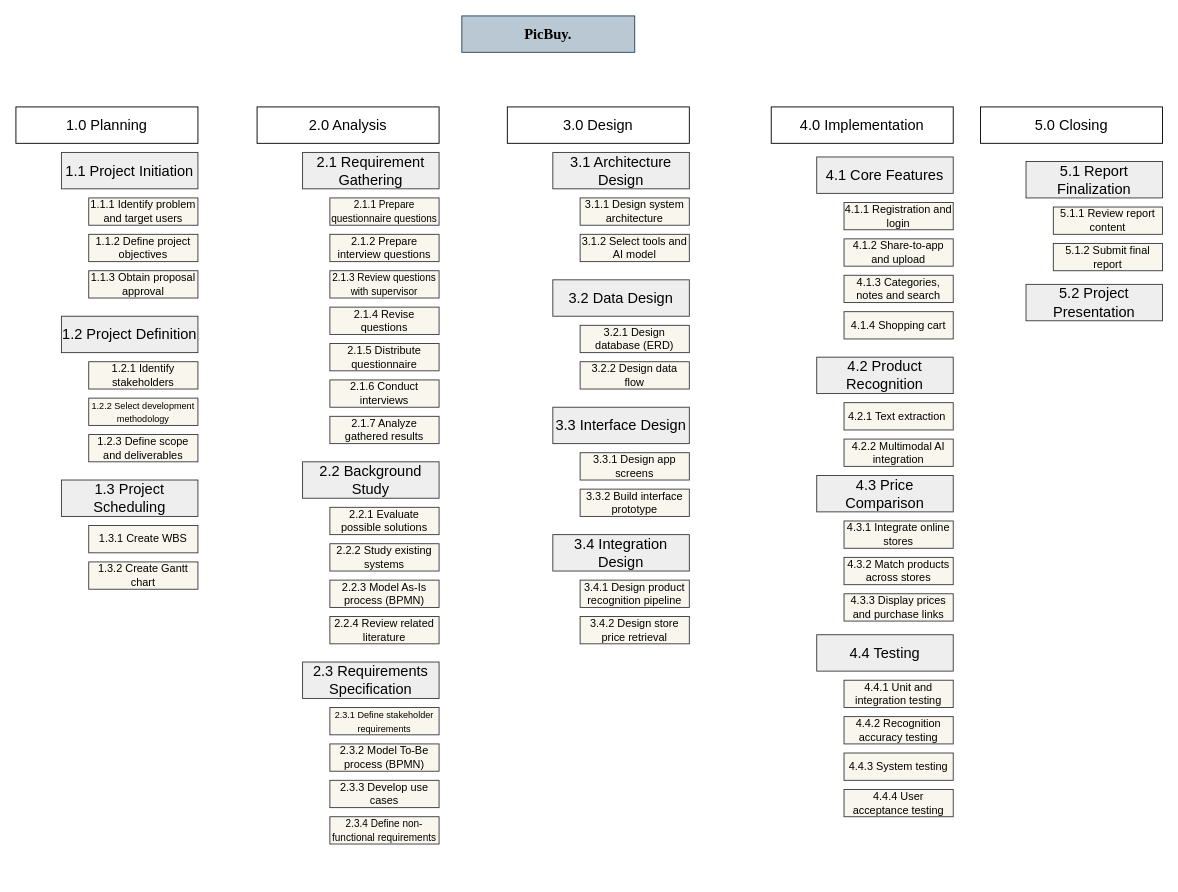
Above: GP1-Models.drawio in Ameerarmh/PicBuy (draw.io), before the change. Source tidied: cells renumbered, new cells numbered last; positions are measured from the earlier drawing's top-left corner, leaving out a move shared by most shapes. Both pictures are drawn from the tidied source at 91%, with x=0, y=0 at pixel (15, 15).
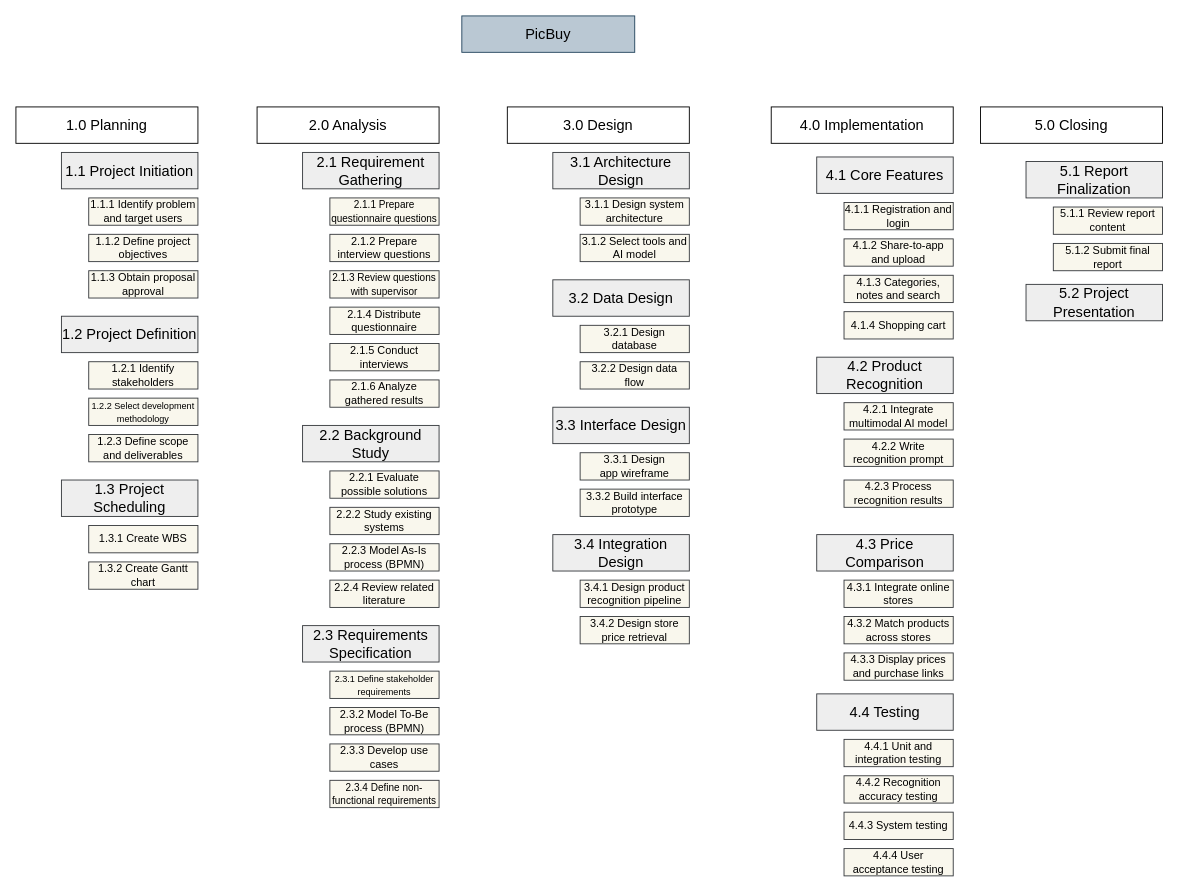
The same page after the edit.

The edit, as a diff of the source:
```diff
@@
-    <mxCell id="3" value="&lt;span style=&quot;font-size: medium; text-align: start;&quot;&gt;&lt;b&gt;&lt;font face=&quot;Times New Roman&quot;&gt;PicBuy.&lt;/font&gt;&lt;/b&gt;&lt;/span&gt;" style="rounded=0;whiteSpace=wrap;html=1;fillColor=#bac8d3;strokeColor=#23445d;" parent="1" vertex="1">
+    <mxCell id="3" value="&lt;span style=&quot;font-size: medium; text-align: start;&quot;&gt;&lt;font face=&quot;Helvetica&quot;&gt;PicBuy&lt;/font&gt;&lt;/span&gt;" style="rounded=0;whiteSpace=wrap;html=1;fillColor=#bac8d3;strokeColor=#23445d;" parent="1" vertex="1">
       <mxGeometry x="490" width="190" height="40" as="geometry" />
     </mxCell>
@@
     <mxCell id="19" value="&lt;span style=&quot;font-size: medium; text-align: start;&quot;&gt;2.2 Background Study&lt;/span&gt;" style="rounded=0;whiteSpace=wrap;html=1;fillColor=#eeeeee;strokeColor=#36393d;" parent="1" vertex="1">
-      <mxGeometry x="315" y="490" width="150" height="40" as="geometry" />
+      <mxGeometry x="315" y="450" width="150" height="40" as="geometry" />
     </mxCell>
     <mxCell id="20" value="&lt;span style=&quot;font-size: medium; text-align: start;&quot;&gt;2.3 Requirements Specification&lt;/span&gt;" style="rounded=0;whiteSpace=wrap;html=1;fillColor=#eeeeee;strokeColor=#36393d;" parent="1" vertex="1">
-      <mxGeometry x="315" y="710" width="150" height="40" as="geometry" />
+      <mxGeometry x="315" y="670" width="150" height="40" as="geometry" />
     </mxCell>
@@
-    <mxCell id="22" value="&lt;span style=&quot;text-align: start;&quot;&gt;&lt;font&gt;2.1.7 Analyze gathered results&lt;/font&gt;&lt;/span&gt;" style="rounded=0;whiteSpace=wrap;html=1;fillColor=#f9f7ed;strokeColor=#36393d;" parent="1" vertex="1">
-      <mxGeometry x="345" y="440" width="120" height="30" as="geometry" />
+    <mxCell id="22" value="&lt;span style=&quot;text-align: start;&quot;&gt;&lt;font&gt;2.1.6 Analyze gathered results&lt;/font&gt;&lt;/span&gt;" style="rounded=0;whiteSpace=wrap;html=1;fillColor=#f9f7ed;strokeColor=#36393d;" parent="1" vertex="1">
+      <mxGeometry x="345" y="400" width="120" height="30" as="geometry" />
     </mxCell>
-    <mxCell id="23" value="&lt;span style=&quot;text-align: start;&quot;&gt;&lt;font&gt;2.1.6 Conduct interviews&lt;/font&gt;&lt;/span&gt;" style="rounded=0;whiteSpace=wrap;html=1;fillColor=#f9f7ed;strokeColor=#36393d;" parent="1" vertex="1">
-      <mxGeometry x="345" y="400" width="120" height="30" as="geometry" />
+    <mxCell id="23" value="&lt;span style=&quot;text-align: start;&quot;&gt;&lt;font&gt;2.1.5 Conduct interviews&lt;/font&gt;&lt;/span&gt;" style="rounded=0;whiteSpace=wrap;html=1;fillColor=#f9f7ed;strokeColor=#36393d;" parent="1" vertex="1">
+      <mxGeometry x="345" y="360" width="120" height="30" as="geometry" />
     </mxCell>
-    <mxCell id="24" value="&lt;span style=&quot;text-align: start;&quot;&gt;&lt;font&gt;2.1.5 Distribute questionnaire&lt;/font&gt;&lt;/span&gt;" style="rounded=0;whiteSpace=wrap;html=1;fillColor=#f9f7ed;strokeColor=#36393d;" parent="1" vertex="1">
-      <mxGeometry x="345" y="360" width="120" height="30" as="geometry" />
+    <mxCell id="24" value="&lt;span style=&quot;text-align: start;&quot;&gt;&lt;font&gt;2.1.4 Distribute questionnaire&lt;/font&gt;&lt;/span&gt;" style="rounded=0;whiteSpace=wrap;html=1;fillColor=#f9f7ed;strokeColor=#36393d;" parent="1" vertex="1">
+      <mxGeometry x="345" y="320" width="120" height="30" as="geometry" />
     </mxCell>
-    <mxCell id="25" value="&lt;span style=&quot;text-align: start;&quot;&gt;&lt;font&gt;2.1.4 Revise questions&lt;/font&gt;&lt;/span&gt;" style="rounded=0;whiteSpace=wrap;html=1;fillColor=#f9f7ed;strokeColor=#36393d;" parent="1" vertex="1">
-      <mxGeometry x="345" y="320" width="120" height="30" as="geometry" />
-    </mxCell>
@@
     <mxCell id="29" value="&lt;span style=&quot;text-align: start;&quot;&gt;&lt;font&gt;2.2.4 Review related literature&lt;/font&gt;&lt;/span&gt;" style="rounded=0;whiteSpace=wrap;html=1;fillColor=#f9f7ed;strokeColor=#36393d;" parent="1" vertex="1">
-      <mxGeometry x="345" y="660" width="120" height="30" as="geometry" />
+      <mxGeometry x="345" y="620" width="120" height="30" as="geometry" />
     </mxCell>
     <mxCell id="30" value="&lt;span style=&quot;text-align: start;&quot;&gt;&lt;font&gt;2.2.3 Model As-Is process (BPMN)&lt;/font&gt;&lt;/span&gt;" style="rounded=0;whiteSpace=wrap;html=1;fillColor=#f9f7ed;strokeColor=#36393d;" parent="1" vertex="1">
-      <mxGeometry x="345" y="620" width="120" height="30" as="geometry" />
+      <mxGeometry x="345" y="580" width="120" height="30" as="geometry" />
     </mxCell>
     <mxCell id="31" value="&lt;span style=&quot;text-align: start;&quot;&gt;&lt;font&gt;2.2.2 Study existing systems&lt;/font&gt;&lt;/span&gt;" style="rounded=0;whiteSpace=wrap;html=1;fillColor=#f9f7ed;strokeColor=#36393d;" parent="1" vertex="1">
-      <mxGeometry x="345" y="580" width="120" height="30" as="geometry" />
+      <mxGeometry x="345" y="540" width="120" height="30" as="geometry" />
     </mxCell>
     <mxCell id="32" value="&lt;span style=&quot;text-align: start;&quot;&gt;&lt;font&gt;2.2.1 Evaluate possible solutions&lt;/font&gt;&lt;/span&gt;" style="rounded=0;whiteSpace=wrap;html=1;fillColor=#f9f7ed;strokeColor=#36393d;" parent="1" vertex="1">
-      <mxGeometry x="345" y="540" width="120" height="30" as="geometry" />
+      <mxGeometry x="345" y="500" width="120" height="30" as="geometry" />
     </mxCell>
     <mxCell id="33" value="&lt;span style=&quot;text-align: start;&quot;&gt;&lt;font style=&quot;font-size: 11px;&quot;&gt;2.3.4 Define non-functional requirements&lt;/font&gt;&lt;/span&gt;" style="rounded=0;whiteSpace=wrap;html=1;fillColor=#f9f7ed;strokeColor=#36393d;" parent="1" vertex="1">
-      <mxGeometry x="345" y="880" width="120" height="30" as="geometry" />
+      <mxGeometry x="345" y="840" width="120" height="30" as="geometry" />
     </mxCell>
     <mxCell id="34" value="&lt;span style=&quot;text-align: start;&quot;&gt;&lt;font&gt;2.3.3 Develop use cases&lt;/font&gt;&lt;/span&gt;" style="rounded=0;whiteSpace=wrap;html=1;fillColor=#f9f7ed;strokeColor=#36393d;" parent="1" vertex="1">
-      <mxGeometry x="345" y="840" width="120" height="30" as="geometry" />
+      <mxGeometry x="345" y="800" width="120" height="30" as="geometry" />
     </mxCell>
     <mxCell id="35" value="&lt;span style=&quot;text-align: start;&quot;&gt;&lt;font&gt;2.3.2 Model To-Be process (BPMN)&lt;/font&gt;&lt;/span&gt;" style="rounded=0;whiteSpace=wrap;html=1;fillColor=#f9f7ed;strokeColor=#36393d;" parent="1" vertex="1">
-      <mxGeometry x="345" y="800" width="120" height="30" as="geometry" />
+      <mxGeometry x="345" y="760" width="120" height="30" as="geometry" />
     </mxCell>
     <mxCell id="36" value="&lt;span style=&quot;text-align: start;&quot;&gt;&lt;font style=&quot;font-size: 10px;&quot;&gt;2.3.1 Define stakeholder requirements&lt;/font&gt;&lt;/span&gt;" style="rounded=0;whiteSpace=wrap;html=1;fillColor=#f9f7ed;strokeColor=#36393d;" parent="1" vertex="1">
-      <mxGeometry x="345" y="760" width="120" height="30" as="geometry" />
+      <mxGeometry x="345" y="720" width="120" height="30" as="geometry" />
     </mxCell>
@@
-    <mxCell id="43" value="&lt;span style=&quot;text-align: start;&quot;&gt;&lt;font&gt;3.2.1 Design database (ERD)&lt;/font&gt;&lt;/span&gt;" style="rounded=0;whiteSpace=wrap;html=1;fillColor=#f9f7ed;strokeColor=#36393d;" parent="1" vertex="1">
+    <mxCell id="43" value="&lt;span style=&quot;text-align: start;&quot;&gt;&lt;font&gt;3.2.1 Design database&lt;/font&gt;&lt;/span&gt;" style="rounded=0;whiteSpace=wrap;html=1;fillColor=#f9f7ed;strokeColor=#36393d;" parent="1" vertex="1">
       <mxGeometry x="620" y="340" width="120" height="30" as="geometry" />
     </mxCell>
@@
-    <mxCell id="45" value="&lt;span style=&quot;text-align: start;&quot;&gt;&lt;font&gt;3.3.1 Design app screens&lt;/font&gt;&lt;/span&gt;" style="rounded=0;whiteSpace=wrap;html=1;fillColor=#f9f7ed;strokeColor=#36393d;" parent="1" vertex="1">
+    <mxCell id="45" value="&lt;span style=&quot;text-align: start;&quot;&gt;&lt;font&gt;3.3.1 Design app&amp;nbsp;&lt;/font&gt;&lt;/span&gt;wireframe" style="rounded=0;whiteSpace=wrap;html=1;fillColor=#f9f7ed;strokeColor=#36393d;" parent="1" vertex="1">
       <mxGeometry x="620" y="480" width="120" height="30" as="geometry" />
     </mxCell>
@@
-    <mxCell id="55" value="&lt;span style=&quot;text-align: start;&quot;&gt;&lt;font&gt;4.2.2 Multimodal AI integration&lt;/font&gt;&lt;/span&gt;" style="rounded=0;whiteSpace=wrap;html=1;fillColor=#f9f7ed;strokeColor=#36393d;" parent="1" vertex="1">
+    <mxCell id="55" value="&lt;span style=&quot;text-align: start;&quot;&gt;&lt;font&gt;4.2.2 Write recognition prompt&lt;/font&gt;&lt;/span&gt;" style="rounded=0;whiteSpace=wrap;html=1;fillColor=#f9f7ed;strokeColor=#36393d;" parent="1" vertex="1">
       <mxGeometry x="910" y="465" width="120" height="30" as="geometry" />
     </mxCell>
-    <mxCell id="56" value="&lt;span style=&quot;text-align: start;&quot;&gt;&lt;font&gt;4.2.1 Text extraction&amp;nbsp;&lt;/font&gt;&lt;/span&gt;" style="rounded=0;whiteSpace=wrap;html=1;fillColor=#f9f7ed;strokeColor=#36393d;" parent="1" vertex="1">
+    <mxCell id="56" value="&lt;span style=&quot;text-align: start;&quot;&gt;&lt;font&gt;4.2.1 Integrate multimodal AI model&lt;/font&gt;&lt;/span&gt;" style="rounded=0;whiteSpace=wrap;html=1;fillColor=#f9f7ed;strokeColor=#36393d;" parent="1" vertex="1">
       <mxGeometry x="910" y="425" width="120" height="30" as="geometry" />
     </mxCell>
     <mxCell id="57" value="&lt;span style=&quot;font-size: medium; text-align: start;&quot;&gt;4.3 Price Comparison&lt;/span&gt;" style="rounded=0;whiteSpace=wrap;html=1;fillColor=#eeeeee;strokeColor=#36393d;" parent="1" vertex="1">
-      <mxGeometry x="880" y="505" width="150" height="40" as="geometry" />
+      <mxGeometry x="880" y="570" width="150" height="40" as="geometry" />
     </mxCell>
     <mxCell id="58" value="&lt;span style=&quot;text-align: start;&quot;&gt;&lt;font&gt;4.3.3 Display prices and purchase links&lt;/font&gt;&lt;/span&gt;" style="rounded=0;whiteSpace=wrap;html=1;fillColor=#f9f7ed;strokeColor=#36393d;" parent="1" vertex="1">
-      <mxGeometry x="910" y="635" width="120" height="30" as="geometry" />
+      <mxGeometry x="910" y="700" width="120" height="30" as="geometry" />
     </mxCell>
     <mxCell id="59" value="&lt;span style=&quot;text-align: start;&quot;&gt;&lt;font&gt;4.3.2 Match products across stores&lt;/font&gt;&lt;/span&gt;" style="rounded=0;whiteSpace=wrap;html=1;fillColor=#f9f7ed;strokeColor=#36393d;" parent="1" vertex="1">
-      <mxGeometry x="910" y="595" width="120" height="30" as="geometry" />
+      <mxGeometry x="910" y="660" width="120" height="30" as="geometry" />
     </mxCell>
     <mxCell id="60" value="&lt;span style=&quot;text-align: start;&quot;&gt;&lt;font&gt;4.3.1 Integrate online stores&lt;/font&gt;&lt;/span&gt;" style="rounded=0;whiteSpace=wrap;html=1;fillColor=#f9f7ed;strokeColor=#36393d;" parent="1" vertex="1">
-      <mxGeometry x="910" y="555" width="120" height="30" as="geometry" />
+      <mxGeometry x="910" y="620" width="120" height="30" as="geometry" />
     </mxCell>
     <mxCell id="61" value="&lt;span style=&quot;font-size: medium; text-align: start;&quot;&gt;4.4 Testing&lt;/span&gt;" style="rounded=0;whiteSpace=wrap;html=1;fillColor=#eeeeee;strokeColor=#36393d;" parent="1" vertex="1">
-      <mxGeometry x="880" y="680" width="150" height="40" as="geometry" />
+      <mxGeometry x="880" y="745" width="150" height="40" as="geometry" />
     </mxCell>
     <mxCell id="62" value="&lt;span style=&quot;text-align: start;&quot;&gt;&lt;font&gt;4.4.3 System testing&lt;/font&gt;&lt;/span&gt;" style="rounded=0;whiteSpace=wrap;html=1;fillColor=#f9f7ed;strokeColor=#36393d;" parent="1" vertex="1">
-      <mxGeometry x="910" y="810" width="120" height="30" as="geometry" />
+      <mxGeometry x="910" y="875" width="120" height="30" as="geometry" />
     </mxCell>
     <mxCell id="63" value="&lt;span style=&quot;text-align: start;&quot;&gt;&lt;font&gt;4.4.2 Recognition accuracy testing&lt;/font&gt;&lt;/span&gt;" style="rounded=0;whiteSpace=wrap;html=1;fillColor=#f9f7ed;strokeColor=#36393d;" parent="1" vertex="1">
-      <mxGeometry x="910" y="770" width="120" height="30" as="geometry" />
+      <mxGeometry x="910" y="835" width="120" height="30" as="geometry" />
     </mxCell>
     <mxCell id="64" value="&lt;span style=&quot;text-align: start;&quot;&gt;&lt;font&gt;4.4.1 Unit and integration testing&lt;/font&gt;&lt;/span&gt;" style="rounded=0;whiteSpace=wrap;html=1;fillColor=#f9f7ed;strokeColor=#36393d;" parent="1" vertex="1">
-      <mxGeometry x="910" y="730" width="120" height="30" as="geometry" />
+      <mxGeometry x="910" y="795" width="120" height="30" as="geometry" />
     </mxCell>
@@
     <mxCell id="69" value="&lt;span style=&quot;text-align: start;&quot;&gt;&lt;font&gt;4.4.4 User acceptance testing&lt;/font&gt;&lt;/span&gt;" style="rounded=0;whiteSpace=wrap;html=1;fillColor=#f9f7ed;strokeColor=#36393d;" parent="1" vertex="1">
-      <mxGeometry x="910" y="850" width="120" height="30" as="geometry" />
+      <mxGeometry x="910" y="915" width="120" height="30" as="geometry" />
     </mxCell>
+    <mxCell id="70" value="&lt;span style=&quot;text-align: start;&quot;&gt;&lt;font&gt;4.2.3 Process recognition results&lt;/font&gt;&lt;/span&gt;" style="rounded=0;whiteSpace=wrap;html=1;fillColor=#f9f7ed;strokeColor=#36393d;" parent="1" vertex="1">
+      <mxGeometry x="910" y="510" width="120" height="30" as="geometry" />
+    </mxCell>
```
